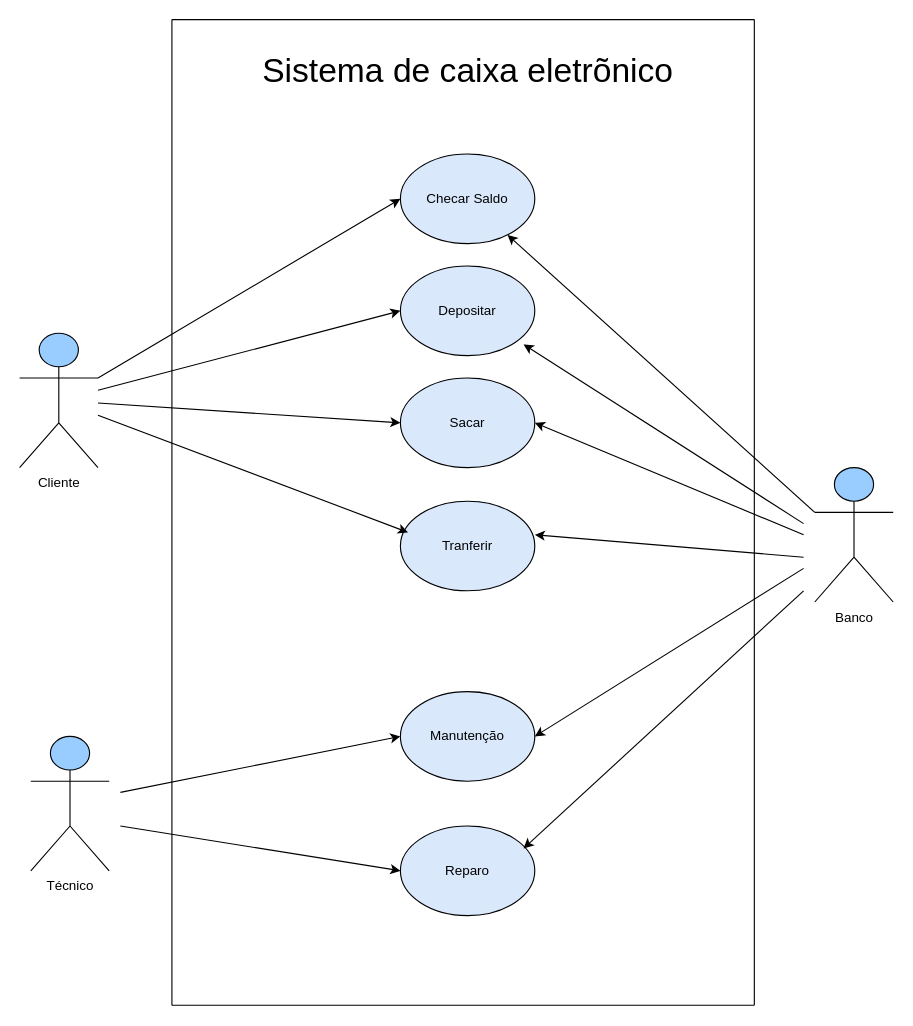
Before: page "02-13-03" (2 of 3) of Diagrama sem nome.drawio in CharlesTM1/Diagramasderequisitos, a draw.io diagram. Source tidied: cells renumbered, new cells numbered last; positions are measured from the earlier drawing's top-left corner, leaving out a move shared by most shapes. Both pictures are drawn from the tidied source at 112%, with x=0, y=0 at pixel (19, 19).
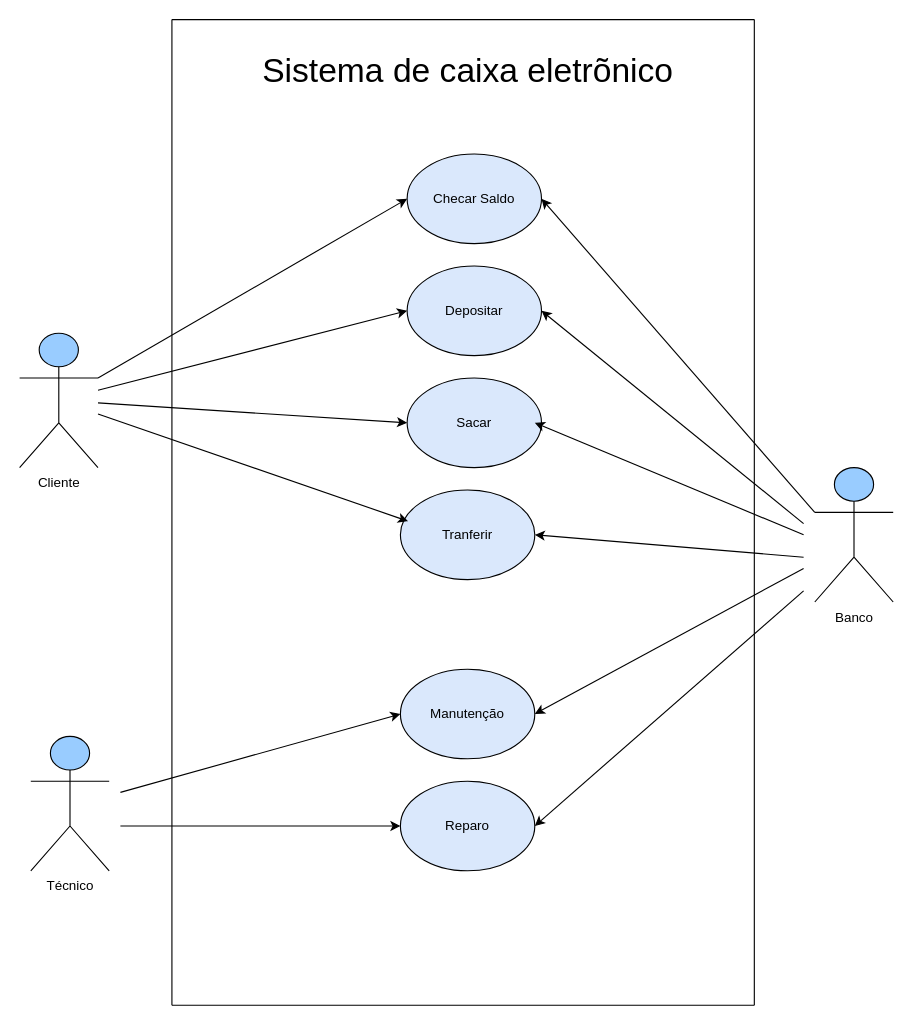
After the change.

Unchanged cells that the change refers to:
```xml
<mxCell id="10" value="Banco" style="shape=umlActor;verticalLabelPosition=bottom;verticalAlign=top;html=1;outlineConnect=0;direction=east;fillColor=light-dark(#99CCFF,var(--ge-dark-color, #121212));" parent="1" vertex="1">
  <mxGeometry x="710" y="400" width="70" height="120" as="geometry" />
</mxCell>
```

Diff of the diagram source:
```diff
@@
     <mxCell id="3" value="Checar Saldo" style="ellipse;whiteSpace=wrap;html=1;fillColor=#dae8fc;strokeColor=light-dark(#000000, #5c79a3);" parent="1" vertex="1">
-      <mxGeometry x="340" y="120" width="120" height="80" as="geometry" />
+      <mxGeometry x="346" y="120" width="120" height="80" as="geometry" />
     </mxCell>
     <mxCell id="4" value="Depositar" style="ellipse;whiteSpace=wrap;html=1;fillColor=#dae8fc;strokeColor=#000000;" parent="1" vertex="1">
-      <mxGeometry x="340" y="220" width="120" height="80" as="geometry" />
+      <mxGeometry x="346" y="220" width="120" height="80" as="geometry" />
     </mxCell>
     <mxCell id="5" value="Sacar" style="ellipse;whiteSpace=wrap;html=1;fillColor=#dae8fc;strokeColor=default;" parent="1" vertex="1">
-      <mxGeometry x="340" y="320" width="120" height="80" as="geometry" />
+      <mxGeometry x="346" y="320" width="120" height="80" as="geometry" />
     </mxCell>
     <mxCell id="6" value="Tranferir" style="ellipse;whiteSpace=wrap;html=1;fillColor=#dae8fc;strokeColor=light-dark(#000000, #5c79a3);" parent="1" vertex="1">
-      <mxGeometry x="340" y="430" width="120" height="80" as="geometry" />
+      <mxGeometry x="340" y="420" width="120" height="80" as="geometry" />
     </mxCell>
@@
-    <mxCell id="11" style="endArrow=classic;html=1;rounded=0;exitX=0;exitY=0.3333333333333333;exitDx=0;exitDy=0;exitPerimeter=0;" parent="1" edge="1" source="10" target="3">
+    <mxCell id="11" style="endArrow=classic;html=1;rounded=0;exitX=0;exitY=0.3333333333333333;exitDx=0;exitDy=0;exitPerimeter=0;entryX=1;entryY=0.5;entryDx=0;entryDy=0;" parent="1" edge="1" source="10" target="3">
       <mxGeometry relative="1" as="geometry" />
     </mxCell>
@@
-    <mxCell id="13" style="endArrow=classic;html=1;rounded=0;" parent="1" edge="1">
+    <mxCell id="13" style="endArrow=classic;html=1;rounded=0;entryX=1;entryY=0.5;entryDx=0;entryDy=0;" parent="1" edge="1" target="4">
       <mxGeometry relative="1" as="geometry">
         <mxPoint x="700" y="450" as="sourcePoint" />
-        <mxPoint x="450" y="290" as="targetPoint" />
       </mxGeometry>
     </mxCell>
@@
     <mxCell id="16" value="Manutenção" style="ellipse;whiteSpace=wrap;html=1;fillColor=#dae8fc;strokeColor=#000000;" parent="1" vertex="1">
-      <mxGeometry x="340" y="600" width="120" height="80" as="geometry" />
+      <mxGeometry x="340" y="580" width="120" height="80" as="geometry" />
     </mxCell>
     <mxCell id="17" value="Reparo" style="ellipse;whiteSpace=wrap;html=1;fillColor=#dae8fc;strokeColor=#000000;" parent="1" vertex="1">
-      <mxGeometry x="340" y="720" width="120" height="80" as="geometry" />
+      <mxGeometry x="340" y="680" width="120" height="80" as="geometry" />
     </mxCell>
@@
-    <mxCell id="19" style="endArrow=classic;html=1;rounded=0;entryX=1;entryY=0.5;entryDx=0;entryDy=0;" parent="1" edge="1">
+    <mxCell id="19" style="endArrow=classic;html=1;rounded=0;entryX=1;entryY=0.5;entryDx=0;entryDy=0;" parent="1" edge="1" target="17">
       <mxGeometry relative="1" as="geometry">
         <mxPoint x="700" y="510" as="sourcePoint" />
-        <mxPoint x="450" y="740" as="targetPoint" />
       </mxGeometry>
     </mxCell>
@@
+    <mxCell id="28" style="edgeStyle=orthogonalEdgeStyle;rounded=0;orthogonalLoop=1;jettySize=auto;html=1;exitX=0.5;exitY=1;exitDx=0;exitDy=0;" parent="1" edge="1" source="4" target="4">
+      <mxGeometry relative="1" as="geometry" />
+    </mxCell>
```
